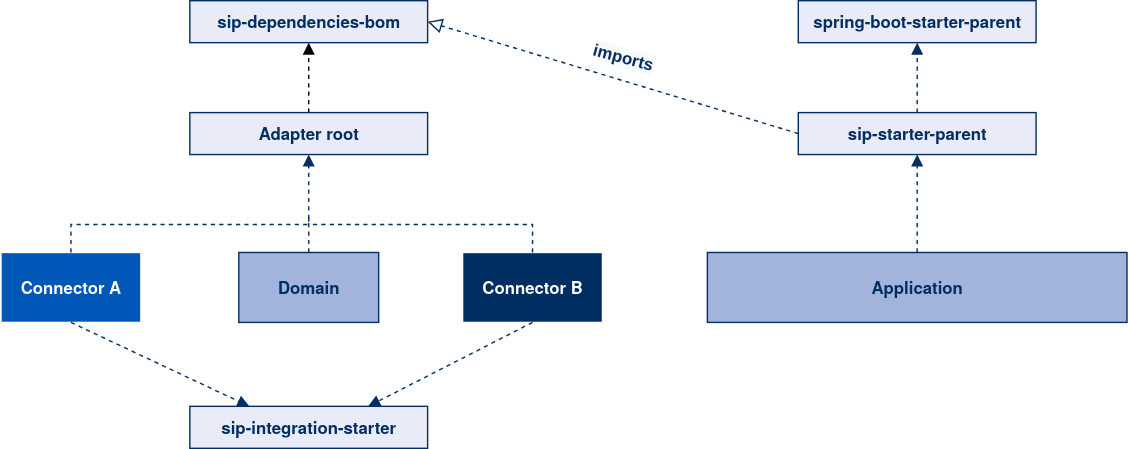
Above: docs/images/SIP_readme_dependencies.svg in IKOR-GmbH/sip-framework (draw.io), before the change. Source tidied: cells renumbered, new cells last; positions are measured from the earlier drawing's top-left corner, leaving out a move shared by most shapes.
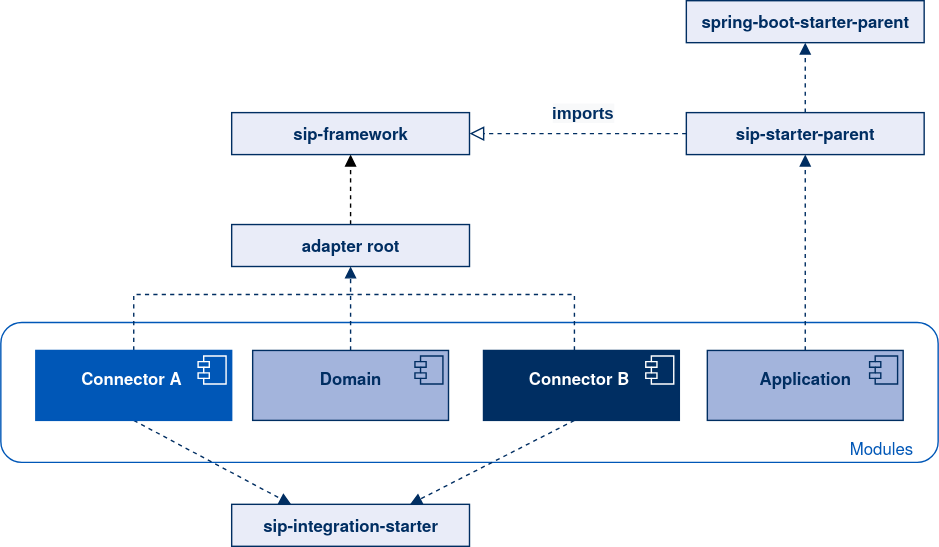
Later version of the same file.

What changed in the source:
```diff
@@ -2,78 +2,113 @@
   <root>
     <mxCell id="0" />
     <mxCell id="1" parent="0" />
-    <mxCell id="2" value="&lt;b&gt;Connector A&lt;/b&gt;" style="html=1;fillColor=#0057B7;fontColor=#FFFFFF;strokeColor=#FFFFFF;fontFamily=Helvetica Neue;" parent="1" vertex="1">
-      <mxGeometry y="180" width="100" height="50" as="geometry" />
-    </mxCell>
-    <mxCell id="3" value="&lt;b&gt;Connector B&lt;/b&gt;" style="html=1;fontColor=#FFFFFF;fillColor=#002E62;strokeColor=#FFFFFF;fontFamily=Helvetica Neue;" parent="1" vertex="1">
-      <mxGeometry x="330" y="180" width="100" height="50" as="geometry" />
-    </mxCell>
-    <mxCell id="4" value="&lt;b&gt;Domain&lt;/b&gt;" style="html=1;fillColor=#A3B4DC;strokeColor=#002E62;fontColor=#002E62;fontFamily=Helvetica Neue;" parent="1" vertex="1">
-      <mxGeometry x="170" y="180" width="100" height="50" as="geometry" />
-    </mxCell>
+    <mxCell id="21" style="rounded=1;whiteSpace=wrap;html=1;strokeColor=#0057B7;fillColor=none;" parent="1" vertex="1">
+      <mxGeometry x="-100" y="160" width="670" height="100" as="geometry" />
+    </mxCell>
-    <mxCell id="5" style="edgeStyle=orthogonalEdgeStyle;rounded=0;jettySize=auto;html=1;entryX=0.5;entryY=1;entryDx=0;entryDy=0;endArrow=block;endFill=1;dashed=1;strokeColor=#002E62;" parent="1" edge="1" source="6" target="7">
-      <mxGeometry relative="1" as="geometry" />
+    <mxCell id="5" style="edgeStyle=orthogonalEdgeStyle;rounded=0;jettySize=auto;html=1;entryX=0.5;entryY=1;entryDx=0;entryDy=0;endArrow=block;endFill=1;dashed=1;strokeColor=#002E62;" parent="1" edge="1" target="7">
+      <mxGeometry relative="1" as="geometry">
+        <mxPoint x="475" y="180" as="sourcePoint" />
+      </mxGeometry>
     </mxCell>
-    <mxCell id="6" value="&lt;b&gt;Application&lt;/b&gt;" style="html=1;fillColor=#A3B4DC;strokeColor=#002E62;fontColor=#002E62;fontFamily=Helvetica Neue;" parent="1" vertex="1">
-      <mxGeometry x="505" y="180" width="300" height="50" as="geometry" />
-    </mxCell>
     <mxCell id="7" value="&lt;div&gt;sip-starter-parent&lt;/div&gt;" style="html=1;fontFamily=Helvetica Neue;fontStyle=1;fillColor=#E9ECF8;strokeColor=#002E62;fontColor=#002E62;" parent="1" vertex="1">
-      <mxGeometry x="570" y="80" width="170" height="30" as="geometry" />
+      <mxGeometry x="390" y="10" width="170" height="30" as="geometry" />
     </mxCell>
     <mxCell id="8" style="edgeStyle=segmentEdgeStyle;endArrow=block;html=1;rounded=0;exitX=0.5;exitY=0;exitDx=0;exitDy=0;entryX=0.5;entryY=1;entryDx=0;entryDy=0;endFill=1;dashed=1;strokeColor=#002E62;" parent="1" edge="1" source="7" target="9">
       <mxGeometry relative="1" as="geometry" />
     </mxCell>
     <mxCell id="9" value="spring-boot-starter-parent" style="html=1;fontFamily=Helvetica Neue;fontStyle=1;fillColor=#E9ECF8;strokeColor=#002E62;fontColor=#002E62;" parent="1" vertex="1">
-      <mxGeometry x="570" width="170" height="30" as="geometry" />
+      <mxGeometry x="390" y="-70" width="170" height="30" as="geometry" />
     </mxCell>
-    <mxCell id="10" style="elbow=horizontal;endArrow=block;html=1;rounded=0;exitX=0.5;exitY=1;exitDx=0;exitDy=0;entryX=0.25;entryY=0;entryDx=0;entryDy=0;endFill=1;dashed=1;strokeColor=#002E62;" parent="1" edge="1" source="2" target="11">
-      <mxGeometry relative="1" as="geometry" />
+    <mxCell id="10" style="elbow=horizontal;endArrow=block;html=1;rounded=0;exitX=0.5;exitY=1;exitDx=0;exitDy=0;entryX=0.25;entryY=0;entryDx=0;entryDy=0;endFill=1;dashed=1;strokeColor=#002E62;" parent="1" edge="1" target="11">
+      <mxGeometry relative="1" as="geometry">
+        <mxPoint x="-5" y="230" as="sourcePoint" />
+      </mxGeometry>
     </mxCell>
     <mxCell id="11" value="sip-integration-starter" style="html=1;fontFamily=Helvetica Neue;fontStyle=1;fillColor=#E9ECF8;strokeColor=#002E62;fontColor=#002E62;" parent="1" vertex="1">
-      <mxGeometry x="135" y="290" width="170" height="30" as="geometry" />
+      <mxGeometry x="65" y="290" width="170" height="30" as="geometry" />
     </mxCell>
-    <mxCell id="12" style="elbow=horizontal;endArrow=block;html=1;rounded=0;exitX=0.5;exitY=1;exitDx=0;exitDy=0;endFill=1;dashed=1;entryX=0.75;entryY=0;entryDx=0;entryDy=0;strokeColor=#002E62;" parent="1" edge="1" source="3" target="11">
-      <mxGeometry relative="1" as="geometry" />
+    <mxCell id="12" style="elbow=horizontal;endArrow=block;html=1;rounded=0;exitX=0.5;exitY=1;exitDx=0;exitDy=0;endFill=1;dashed=1;entryX=0.75;entryY=0;entryDx=0;entryDy=0;strokeColor=#002E62;" parent="1" edge="1" target="11">
+      <mxGeometry relative="1" as="geometry">
+        <mxPoint x="310" y="230" as="sourcePoint" />
+      </mxGeometry>
     </mxCell>
     <mxCell id="13" style="edgeStyle=none;rounded=0;jettySize=auto;html=1;dashed=1;endArrow=block;endFill=1;exitX=0.5;exitY=0;exitDx=0;exitDy=0;" parent="1" edge="1" source="14" target="18">
       <mxGeometry relative="1" as="geometry" />
     </mxCell>
-    <mxCell id="14" value="&lt;div&gt;Adapter root&lt;/div&gt;" style="html=1;fontFamily=Helvetica Neue;fillColor=#E9ECF8;strokeColor=#002E62;fontColor=#002E62;fontStyle=1;" parent="1" vertex="1">
-      <mxGeometry x="135" y="80" width="170" height="30" as="geometry" />
+    <mxCell id="14" value="&lt;div&gt;adapter root&lt;/div&gt;" style="html=1;fontFamily=Helvetica Neue;fillColor=#E9ECF8;strokeColor=#002E62;fontColor=#002E62;fontStyle=1;" parent="1" vertex="1">
+      <mxGeometry x="65" y="90" width="170" height="30" as="geometry" />
     </mxCell>
-    <mxCell id="15" style="edgeStyle=elbowEdgeStyle;elbow=vertical;endArrow=none;html=1;rounded=0;comic=0;exitX=0.5;exitY=0;exitDx=0;exitDy=0;endFill=0;dashed=1;strokeColor=#002E62;" parent="1" edge="1" source="2">
+    <mxCell id="15" style="edgeStyle=elbowEdgeStyle;elbow=vertical;endArrow=none;html=1;rounded=0;comic=0;endFill=0;dashed=1;strokeColor=#002E62;exitX=0.5;exitY=0;exitDx=0;exitDy=0;" parent="1" edge="1">
       <mxGeometry relative="1" as="geometry">
-        <mxPoint x="220" y="155" as="targetPoint" />
+        <mxPoint x="-5" y="180" as="sourcePoint" />
+        <mxPoint x="150" y="140" as="targetPoint" />
         <Array as="points">
-          <mxPoint x="130" y="160" />
+          <mxPoint x="80" y="140" />
         </Array>
       </mxGeometry>
     </mxCell>
-    <mxCell id="16" style="edgeStyle=elbowEdgeStyle;elbow=vertical;endArrow=none;html=1;rounded=0;comic=0;exitX=0.5;exitY=0;exitDx=0;exitDy=0;endFill=0;dashed=1;strokeColor=#002E62;" parent="1" edge="1" source="3">
+    <mxCell id="16" style="edgeStyle=elbowEdgeStyle;elbow=vertical;endArrow=none;html=1;rounded=0;comic=0;exitX=0.5;exitY=0;exitDx=0;exitDy=0;endFill=0;dashed=1;strokeColor=#002E62;" parent="1" edge="1">
       <mxGeometry relative="1" as="geometry">
-        <mxPoint x="220" y="160" as="targetPoint" />
+        <mxPoint x="310" y="180" as="sourcePoint" />
+        <mxPoint x="150" y="140" as="targetPoint" />
         <Array as="points">
-          <mxPoint x="300" y="160" />
+          <mxPoint x="230" y="140" />
         </Array>
       </mxGeometry>
     </mxCell>
-    <mxCell id="17" style="edgeStyle=elbowEdgeStyle;elbow=vertical;endArrow=block;html=1;rounded=0;comic=0;exitX=0.5;exitY=0;exitDx=0;exitDy=0;entryX=0.5;entryY=1;entryDx=0;entryDy=0;endFill=1;dashed=1;strokeColor=#002E62;" parent="1" edge="1" source="4" target="14">
+    <mxCell id="17" style="edgeStyle=elbowEdgeStyle;elbow=vertical;endArrow=block;html=1;rounded=0;comic=0;exitX=0.5;exitY=0;exitDx=0;exitDy=0;entryX=0.5;entryY=1;entryDx=0;entryDy=0;endFill=1;dashed=1;strokeColor=#002E62;" parent="1" edge="1" target="14">
       <mxGeometry relative="1" as="geometry">
+        <mxPoint x="150" y="180" as="sourcePoint" />
         <Array as="points">
-          <mxPoint x="230" y="160" />
+          <mxPoint x="160" y="160" />
         </Array>
       </mxGeometry>
     </mxCell>
-    <mxCell id="18" value="sip-dependencies-bom" style="html=1;fontFamily=Helvetica Neue;fillColor=#E9ECF8;strokeColor=#002E62;fontColor=#002E62;fontStyle=1;" parent="1" vertex="1">
-      <mxGeometry x="135" width="170" height="30" as="geometry" />
+    <mxCell id="18" value="sip-framework" style="html=1;fontFamily=Helvetica Neue;fillColor=#E9ECF8;strokeColor=#002E62;fontColor=#002E62;fontStyle=1;" parent="1" vertex="1">
+      <mxGeometry x="65" y="10" width="170" height="30" as="geometry" />
     </mxCell>
     <mxCell id="19" style="endArrow=block;endFill=0;endSize=8;html=1;rounded=0;comic=0;entryX=1;entryY=0.5;entryDx=0;entryDy=0;dashed=1;strokeColor=#002E62;exitX=0;exitY=0.5;exitDx=0;exitDy=0;fontFamily=Helvetica Neue;" parent="1" edge="1" source="7" target="18">
       <mxGeometry relative="1" as="geometry" />
     </mxCell>
-    <mxCell id="20" value="&lt;span style=&quot;font-size: 12px ; background-color: rgb(248 , 249 , 250)&quot;&gt;imports&lt;/span&gt;" style="edgeLabel;html=1;align=center;verticalAlign=middle;fontColor=#002E62;rotation=15;fontStyle=1;" parent="19" vertex="1">
+    <mxCell id="20" value="&lt;span style=&quot;font-size: 12px ; background-color: rgb(248 , 249 , 250)&quot;&gt;imports&lt;/span&gt;" style="edgeLabel;html=1;align=center;verticalAlign=middle;fontColor=#002E62;rotation=0;fontStyle=1;" parent="19" vertex="1">
       <mxGeometry x="0.31" y="1" relative="1" as="geometry">
-        <mxPoint x="47.9" y="-3.6" as="offset" />
+        <mxPoint x="27" y="-16" as="offset" />
       </mxGeometry>
     </mxCell>
+    <mxCell id="22" value="Modules" style="text;html=1;strokeColor=none;fillColor=none;align=center;verticalAlign=middle;whiteSpace=wrap;rounded=0;fontFamily=Helvetica Neue;fontColor=#0057B7;" parent="1" vertex="1">
+      <mxGeometry x="510" y="240" width="40" height="20" as="geometry" />
+    </mxCell>
+    <mxCell id="4" value="&lt;p style=&quot;margin: 6px 0px 0px&quot;&gt;&lt;b&gt;Domain&lt;/b&gt;&lt;br&gt;&lt;/p&gt;" style="html=1;fillColor=#A3B4DC;strokeColor=#002E62;fontColor=#002E62;fontFamily=Helvetica Neue;verticalAlign=top;" parent="1" vertex="1">
+      <mxGeometry x="80" y="180" width="140" height="50" as="geometry" />
+    </mxCell>
+    <mxCell id="23" style="shape=component;jettyWidth=8;jettyHeight=4;fillColor=#A3B4DC;strokeColor=#002E62;" parent="4" vertex="1">
+      <mxGeometry x="1" width="20" height="20" relative="1" as="geometry">
+        <mxPoint x="-24" y="4" as="offset" />
+      </mxGeometry>
+    </mxCell>
+    <mxCell id="2" value="&lt;p style=&quot;margin: 6px 0px 0px&quot;&gt;&lt;b&gt;Connector A&amp;nbsp;&lt;/b&gt;&lt;br&gt;&lt;/p&gt;" style="html=1;fontFamily=Helvetica Neue;verticalAlign=top;fillColor=#0057B7;strokeColor=#0057B7;fontColor=#FFFFFF;" parent="1" vertex="1">
+      <mxGeometry x="-75" y="180" width="140" height="50" as="geometry" />
+    </mxCell>
+    <mxCell id="24" style="shape=component;jettyWidth=8;jettyHeight=4;strokeColor=#FFFFFF;fillColor=#0057B7;" parent="2" vertex="1">
+      <mxGeometry x="1" width="20" height="20" relative="1" as="geometry">
+        <mxPoint x="-24" y="4" as="offset" />
+      </mxGeometry>
+    </mxCell>
+    <mxCell id="3" value="&lt;p style=&quot;margin: 6px 0px 0px&quot;&gt;&lt;b&gt;Connector B&amp;nbsp;&lt;/b&gt;&lt;br&gt;&lt;/p&gt;" style="html=1;fontFamily=Helvetica Neue;verticalAlign=top;fontColor=#FFFFFF;strokeColor=#002E62;fillColor=#002E62;" parent="1" vertex="1">
+      <mxGeometry x="245" y="180" width="140" height="50" as="geometry" />
+    </mxCell>
+    <mxCell id="25" style="shape=component;jettyWidth=8;jettyHeight=4;strokeColor=#FFFFFF;fillColor=#002E62;" parent="3" vertex="1">
+      <mxGeometry x="1" width="20" height="20" relative="1" as="geometry">
+        <mxPoint x="-24" y="4" as="offset" />
+      </mxGeometry>
+    </mxCell>
+    <mxCell id="6" value="&lt;p style=&quot;margin: 6px 0px 0px&quot;&gt;&lt;b&gt;Application&lt;/b&gt;&lt;br&gt;&lt;/p&gt;" style="html=1;fillColor=#A3B4DC;strokeColor=#002E62;fontColor=#002E62;fontFamily=Helvetica Neue;verticalAlign=top;" parent="1" vertex="1">
+      <mxGeometry x="405" y="180" width="140" height="50" as="geometry" />
+    </mxCell>
+    <mxCell id="26" style="shape=component;jettyWidth=8;jettyHeight=4;fillColor=#A3B4DC;strokeColor=#002E62;" parent="6" vertex="1">
+      <mxGeometry x="1" width="20" height="20" relative="1" as="geometry">
+        <mxPoint x="-24" y="4" as="offset" />
+      </mxGeometry>
+    </mxCell>
   </root>
 </mxGraphModel>
```
